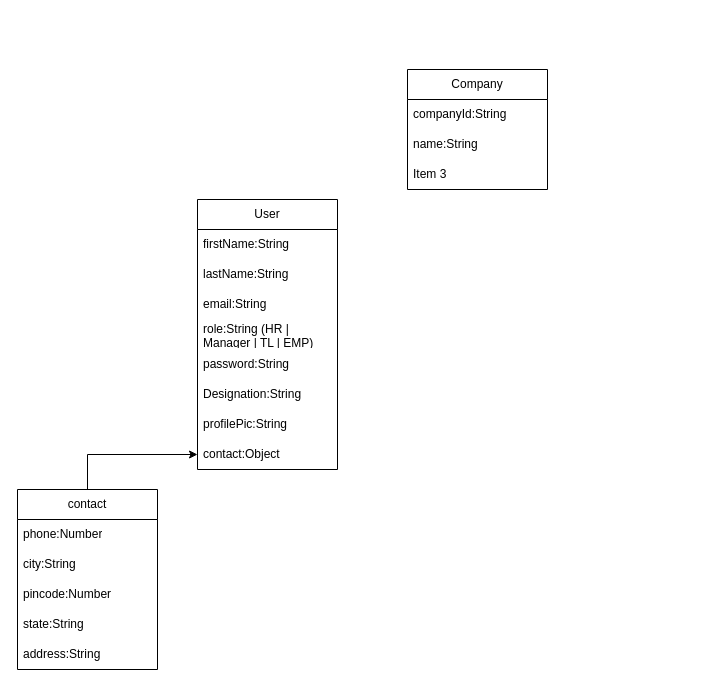
pbtechdev/rp keeps this draw.io diagram as Untitled Diagram.drawio. Above is the earlier version. Source tidied: cells renumbered, new cells numbered last; positions are measured from the earlier drawing's top-left corner, leaving out a move shared by most shapes. Both pictures are drawn from the tidied source at 100%, with x=0, y=0 at pixel (17, 69).
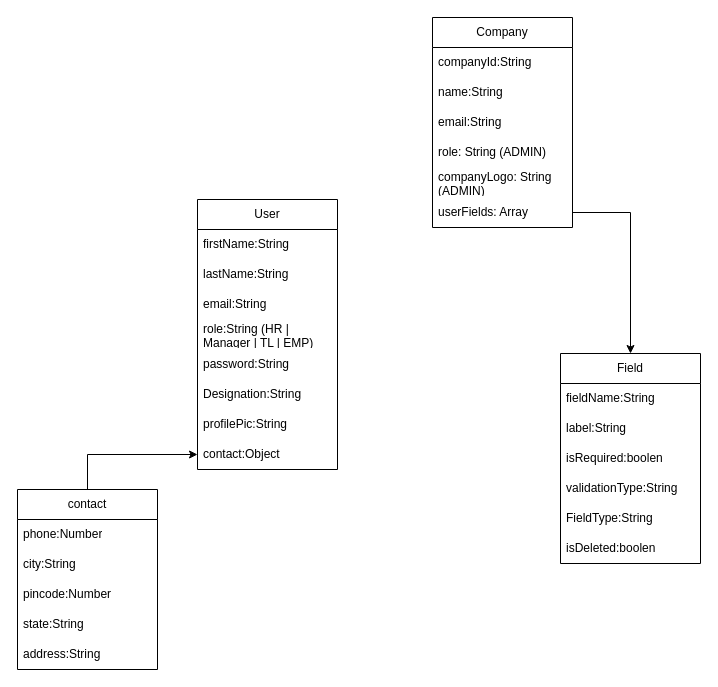
Above is the later version.

The edit, as a diff of the source:
```diff
@@
     <mxCell id="18" value="Company" style="swimlane;fontStyle=0;horizontal=1;startSize=30;whiteSpace=wrap;html=1;" parent="1" vertex="1">
-      <mxGeometry x="390" width="140" height="120" as="geometry" />
+      <mxGeometry x="415" y="-52" width="140" height="210" as="geometry" />
     </mxCell>
@@
-    <mxCell id="21" value="Item 3" style="text;strokeColor=none;fillColor=none;align=left;verticalAlign=middle;spacingLeft=4;spacingRight=4;overflow=hidden;whiteSpace=wrap;html=1;" parent="18" vertex="1">
+    <mxCell id="21" value="email:String" style="text;strokeColor=none;fillColor=none;align=left;verticalAlign=middle;spacingLeft=4;spacingRight=4;overflow=hidden;whiteSpace=wrap;html=1;" parent="18" vertex="1">
       <mxGeometry y="90" width="140" height="30" as="geometry" />
     </mxCell>
+    <mxCell id="22" value="role: String (ADMIN)" style="text;strokeColor=none;fillColor=none;align=left;verticalAlign=middle;spacingLeft=4;spacingRight=4;overflow=hidden;whiteSpace=wrap;html=1;" parent="18" vertex="1">
+      <mxGeometry y="120" width="140" height="30" as="geometry" />
+    </mxCell>
+    <mxCell id="23" value="companyLogo: String (ADMIN)" style="text;strokeColor=none;fillColor=none;align=left;verticalAlign=middle;spacingLeft=4;spacingRight=4;overflow=hidden;whiteSpace=wrap;html=1;" parent="18" vertex="1">
+      <mxGeometry y="150" width="140" height="30" as="geometry" />
+    </mxCell>
+    <mxCell id="24" value="userFields: Array" style="text;strokeColor=none;fillColor=none;align=left;verticalAlign=middle;spacingLeft=4;spacingRight=4;overflow=hidden;points=[[0,0.5],[1,0.5]];portConstraint=eastwest;whiteSpace=wrap;html=1;" parent="18" vertex="1">
+      <mxGeometry y="180" width="140" height="30" as="geometry" />
+    </mxCell>
+    <mxCell id="25" value="Field" style="swimlane;fontStyle=0;horizontal=1;startSize=30;whiteSpace=wrap;html=1;" parent="1" vertex="1">
+      <mxGeometry x="543" y="284" width="140" height="210" as="geometry" />
+    </mxCell>
+    <mxCell id="26" value="fieldName:String" style="text;strokeColor=none;fillColor=none;align=left;verticalAlign=middle;spacingLeft=4;spacingRight=4;overflow=hidden;whiteSpace=wrap;html=1;" parent="25" vertex="1">
+      <mxGeometry y="30" width="140" height="30" as="geometry" />
+    </mxCell>
+    <mxCell id="27" value="label:String" style="text;strokeColor=none;fillColor=none;align=left;verticalAlign=middle;spacingLeft=4;spacingRight=4;overflow=hidden;whiteSpace=wrap;html=1;" parent="25" vertex="1">
+      <mxGeometry y="60" width="140" height="30" as="geometry" />
+    </mxCell>
+    <mxCell id="28" value="isRequired:boolen" style="text;strokeColor=none;fillColor=none;align=left;verticalAlign=middle;spacingLeft=4;spacingRight=4;overflow=hidden;whiteSpace=wrap;html=1;" parent="25" vertex="1">
+      <mxGeometry y="90" width="140" height="30" as="geometry" />
+    </mxCell>
+    <mxCell id="29" value="validationType:String" style="text;strokeColor=none;fillColor=none;align=left;verticalAlign=middle;spacingLeft=4;spacingRight=4;overflow=hidden;whiteSpace=wrap;html=1;" parent="25" vertex="1">
+      <mxGeometry y="120" width="140" height="30" as="geometry" />
+    </mxCell>
+    <mxCell id="30" value="FieldType:String" style="text;strokeColor=none;fillColor=none;align=left;verticalAlign=middle;spacingLeft=4;spacingRight=4;overflow=hidden;whiteSpace=wrap;html=1;" parent="25" vertex="1">
+      <mxGeometry y="150" width="140" height="30" as="geometry" />
+    </mxCell>
+    <mxCell id="31" value="isDeleted:boolen" style="text;strokeColor=none;fillColor=none;align=left;verticalAlign=middle;spacingLeft=4;spacingRight=4;overflow=hidden;whiteSpace=wrap;html=1;" parent="25" vertex="1">
+      <mxGeometry y="180" width="140" height="30" as="geometry" />
+    </mxCell>
+    <mxCell id="32" style="edgeStyle=orthogonalEdgeStyle;rounded=0;jettySize=auto;html=1;entryX=0.5;entryY=0;entryDx=0;entryDy=0;" parent="1" edge="1" source="24" target="25">
+      <mxGeometry relative="1" as="geometry" />
+    </mxCell>
```
